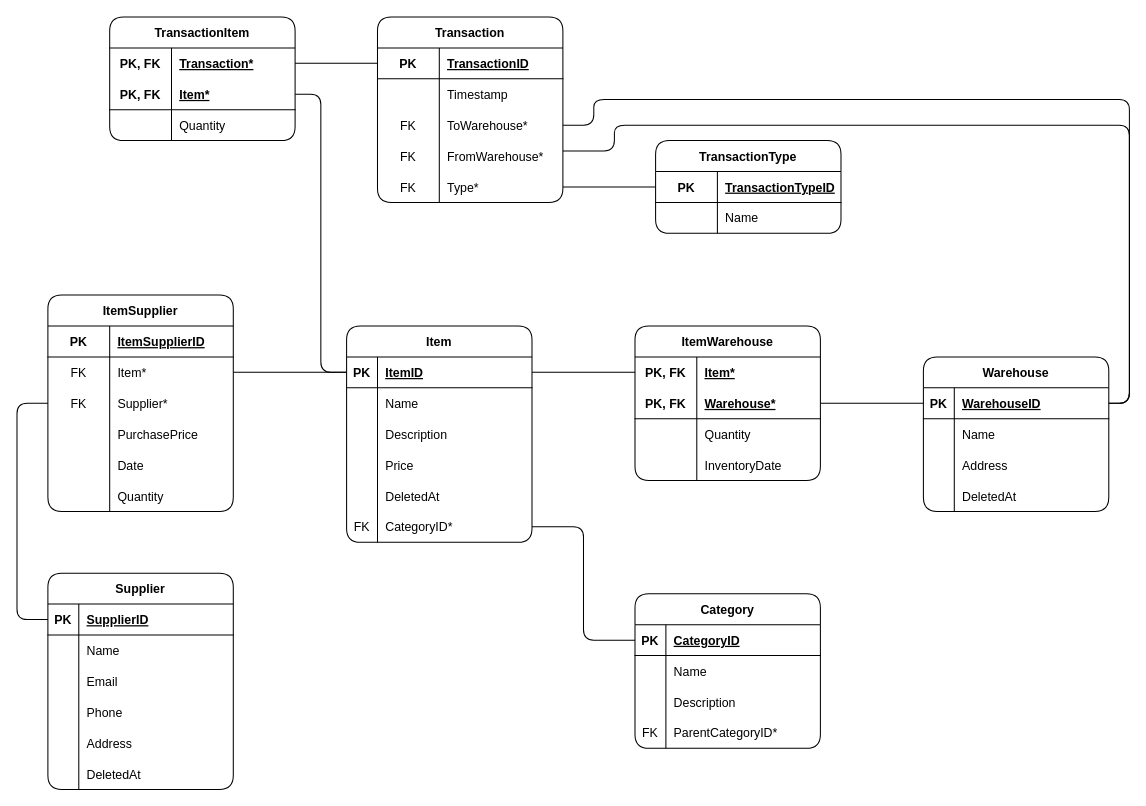
N30A/inventory-system keeps this draw.io diagram as page "Tabels" (2 of 2) of resources/diagrams.drawio. Above is the earlier version. Source tidied: cells renumbered, new cells numbered last; positions are measured from the earlier drawing's top-left corner, leaving out a move shared by most shapes. Both pictures are drawn from the tidied source at 103%, with x=0, y=0 at pixel (16, 16).
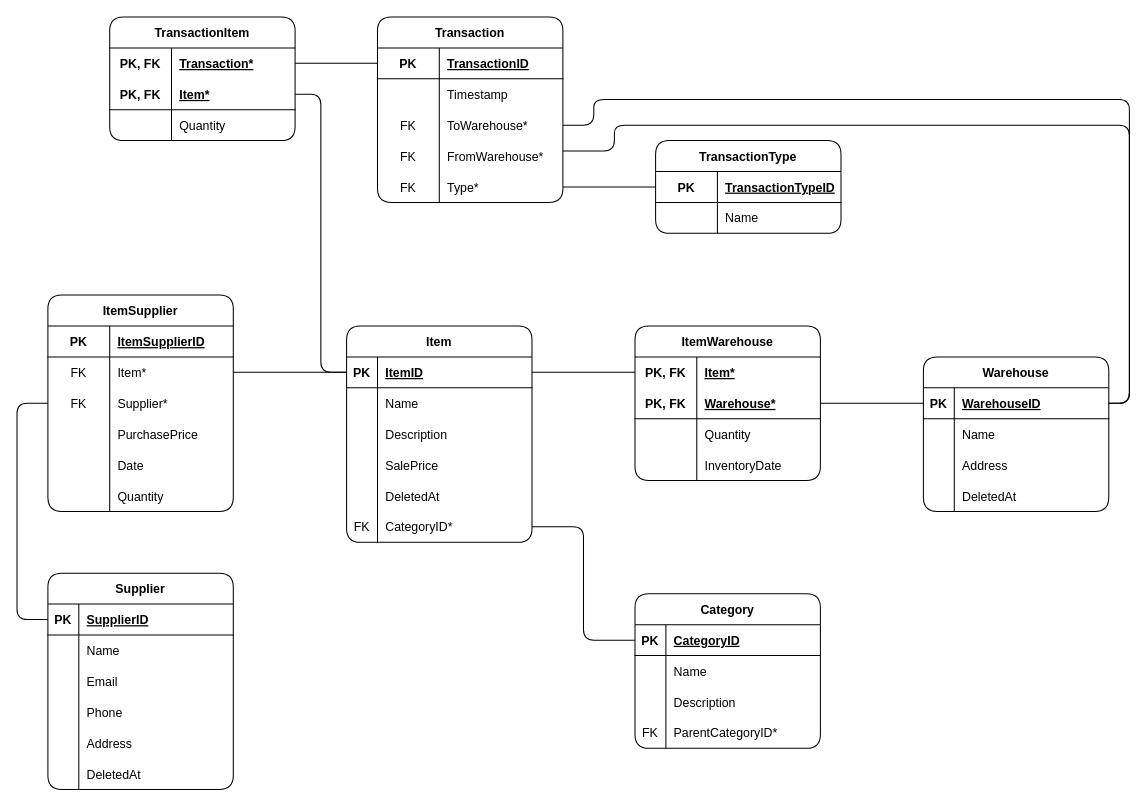
After the change.

Commit message (it also covers changes not shown here):
Created base database schema, minor improvements

Unchanged cells that the change refers to:
```xml
<mxCell id="12" style="shape=tableRow;horizontal=0;startSize=0;swimlaneHead=0;swimlaneBody=0;fillColor=none;top=0;left=0;right=0;bottom=0;rounded=1;" parent="2" vertex="1">
  <mxGeometry y="120" width="180" height="30" as="geometry" />
</mxCell>
```

What changed in the source:
```diff
@@
-    <mxCell id="14" value="Price" style="shape=partialRectangle;fillColor=none;top=0;left=0;bottom=0;right=0;align=left;spacingLeft=6;overflow=hidden;rounded=1;" parent="12" vertex="1">
+    <mxCell id="14" value="SalePrice" style="shape=partialRectangle;fillColor=none;top=0;left=0;bottom=0;right=0;align=left;spacingLeft=6;overflow=hidden;rounded=1;" parent="12" vertex="1">
       <mxGeometry x="30" width="150" height="30" as="geometry" />
     </mxCell>
```
